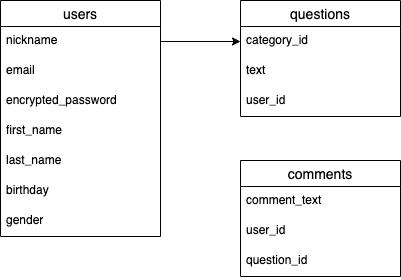
The draw.io diagram ER.drawio.png in Chukoto/managender, before a commit. Source tidied: cells renumbered, new cells last; positions are measured from the earlier drawing's top-left corner, leaving out a move shared by most shapes.
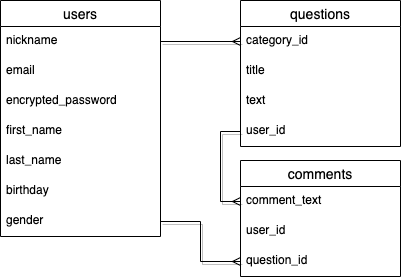
Above is the later version.

Commit message:
questionsにtitleカラムを追加

What changed in the source:
```diff
@@ -27,16 +27,19 @@
       <mxGeometry y="206" width="160" height="30" as="geometry" />
     </mxCell>
     <mxCell id="10" value="questions" style="swimlane;fontStyle=0;horizontal=1;startSize=26;align=center;fontSize=14;" parent="1" vertex="1">
-      <mxGeometry x="240" width="160" height="116" as="geometry" />
+      <mxGeometry x="240" width="160" height="146" as="geometry" />
     </mxCell>
     <mxCell id="11" value="category_id" style="text;strokeColor=none;fillColor=none;spacingLeft=4;spacingRight=4;overflow=hidden;points=[[0,0.5],[1,0.5]];portConstraint=eastwest;fontSize=12;" parent="10" vertex="1">
       <mxGeometry y="26" width="160" height="30" as="geometry" />
     </mxCell>
+    <mxCell id="19" value="title" style="text;strokeColor=none;fillColor=none;spacingLeft=4;spacingRight=4;overflow=hidden;fontSize=12;" parent="10" vertex="1">
+      <mxGeometry y="56" width="160" height="30" as="geometry" />
+    </mxCell>
     <mxCell id="12" value="text" style="text;strokeColor=none;fillColor=none;spacingLeft=4;spacingRight=4;overflow=hidden;fontSize=12;" parent="10" vertex="1">
-      <mxGeometry y="56" width="160" height="30" as="geometry" />
+      <mxGeometry y="86" width="160" height="30" as="geometry" />
     </mxCell>
     <mxCell id="13" value="user_id" style="text;strokeColor=none;fillColor=none;spacingLeft=4;spacingRight=4;overflow=hidden;points=[[0,0.5],[1,0.5]];portConstraint=eastwest;fontSize=12;" parent="10" vertex="1">
-      <mxGeometry y="86" width="160" height="30" as="geometry" />
+      <mxGeometry y="116" width="160" height="30" as="geometry" />
     </mxCell>
     <mxCell id="14" value="comments" style="swimlane;fontStyle=0;horizontal=1;startSize=26;align=center;fontSize=14;" parent="1" vertex="1">
       <mxGeometry x="240" y="160" width="160" height="116" as="geometry" />
@@ -50,8 +53,14 @@
     <mxCell id="17" value="question_id" style="text;strokeColor=none;fillColor=none;spacingLeft=4;spacingRight=4;overflow=hidden;points=[[0,0.5],[1,0.5]];portConstraint=eastwest;fontSize=12;" parent="14" vertex="1">
       <mxGeometry y="86" width="160" height="30" as="geometry" />
     </mxCell>
-    <mxCell id="18" style="edgeStyle=orthogonalEdgeStyle;rounded=0;jettySize=auto;html=1;exitX=1;exitY=0.5;exitDx=0;exitDy=0;entryX=0;entryY=0.5;entryDx=0;entryDy=0;" parent="1" edge="1" source="3" target="11">
+    <mxCell id="18" style="edgeStyle=orthogonalEdgeStyle;rounded=0;jettySize=auto;html=1;exitX=1;exitY=0.5;exitDx=0;exitDy=0;entryX=0;entryY=0.5;entryDx=0;entryDy=0;shadow=1;endArrow=ERmany;endFill=0;" parent="1" edge="1" source="3" target="11">
       <mxGeometry relative="1" as="geometry" />
     </mxCell>
+    <mxCell id="20" style="edgeStyle=orthogonalEdgeStyle;rounded=0;jettySize=auto;html=1;exitX=0;exitY=0.5;exitDx=0;exitDy=0;shadow=1;endArrow=ERmany;endFill=0;entryX=0;entryY=0.5;entryDx=0;entryDy=0;" parent="1" edge="1" source="13" target="15">
+      <mxGeometry relative="1" as="geometry" />
+    </mxCell>
+    <mxCell id="21" style="edgeStyle=orthogonalEdgeStyle;rounded=0;jettySize=auto;html=1;exitX=1;exitY=0.5;exitDx=0;exitDy=0;entryX=0;entryY=0.5;entryDx=0;entryDy=0;shadow=1;endArrow=ERmany;endFill=0;" parent="1" edge="1" source="9" target="17">
+      <mxGeometry relative="1" as="geometry" />
+    </mxCell>
   </root>
 </mxGraphModel>
```
